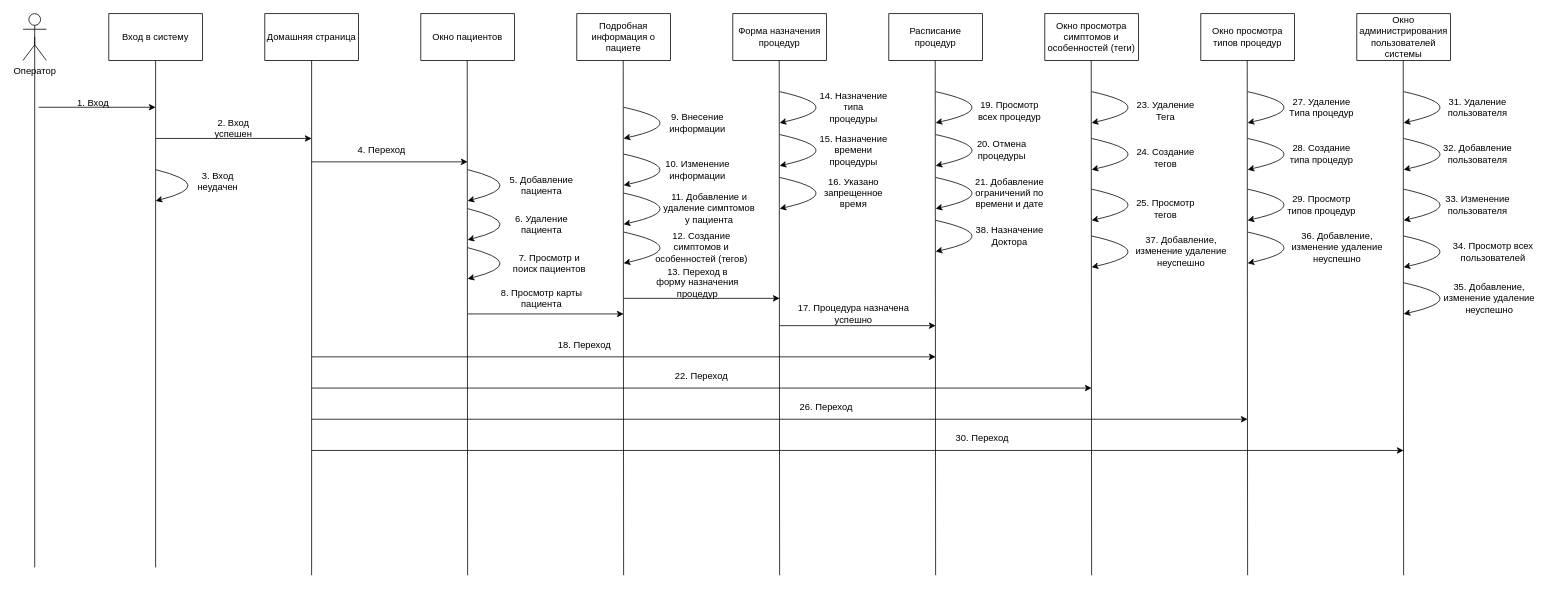
Above: Другие файлы/Последовательность действий.drawio in Sadaly/Cosmetics_GraduateWork (draw.io), before the change. Source tidied: cells renumbered, new cells numbered last; positions are measured from the earlier drawing's top-left corner, leaving out a move shared by most shapes. Both pictures are drawn from the tidied source at 78%, with x=0, y=0 at pixel (23, 13).
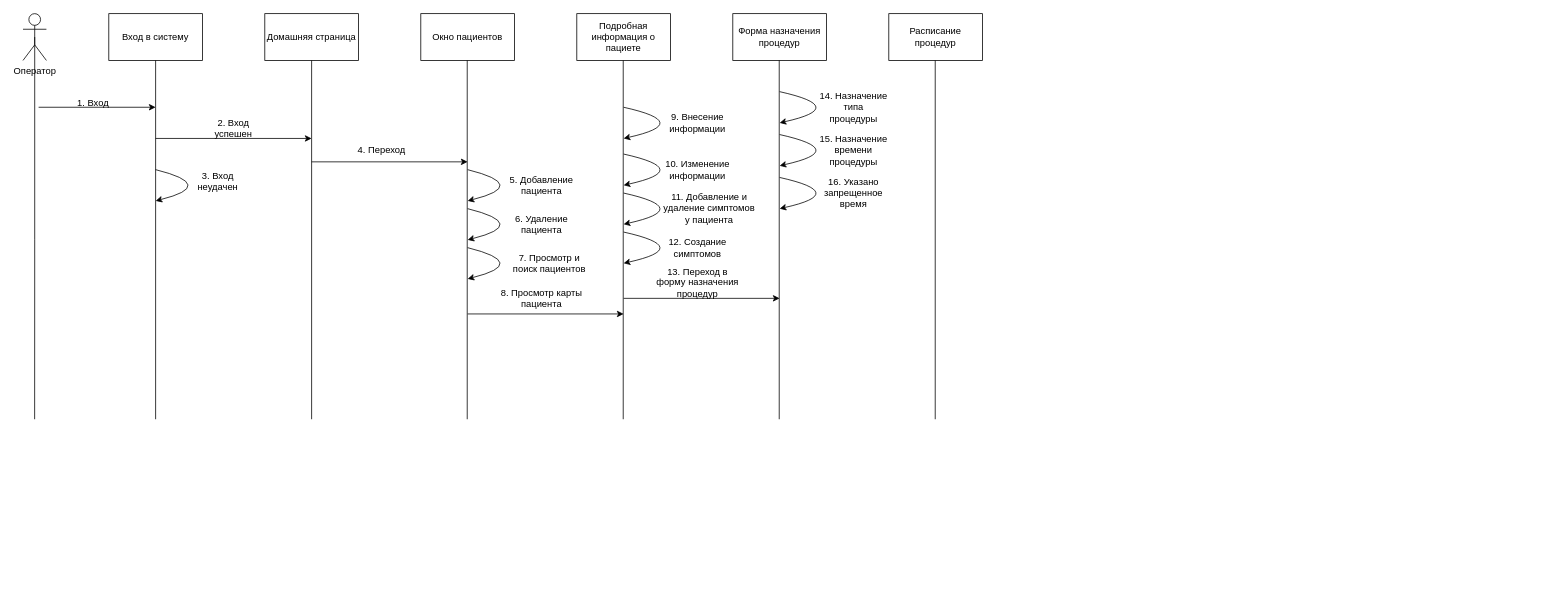
The same page after the edit.

Unchanged cells that the change refers to:
```xml
<mxCell id="2" value="Вход в систему" style="rounded=0;whiteSpace=wrap;html=1;" parent="1" vertex="1">
  <mxGeometry x="110" width="120" height="60" as="geometry" />
</mxCell>
<mxCell id="4" value="Оператор" style="shape=umlActor;verticalLabelPosition=bottom;verticalAlign=top;html=1;outlineConnect=0;" parent="1" vertex="1">
  <mxGeometry width="30" height="60" as="geometry" />
</mxCell>
<mxCell id="5" value="Домашняя страница" style="rounded=0;whiteSpace=wrap;html=1;" parent="1" vertex="1">
  <mxGeometry x="310" width="120" height="60" as="geometry" />
</mxCell>
```

The edit, as a diff of the source:
```diff
@@
     <mxCell id="3" style="edgeStyle=orthogonalEdgeStyle;rounded=0;jettySize=auto;html=1;exitX=0.5;exitY=0.5;exitDx=0;exitDy=0;exitPerimeter=0;endArrow=none;endFill=0;" parent="1" edge="1" source="4">
       <mxGeometry relative="1" as="geometry">
-        <mxPoint x="15" y="710" as="targetPoint" />
+        <mxPoint x="14.9" y="520" as="targetPoint" />
       </mxGeometry>
     </mxCell>
@@
     <mxCell id="8" style="endArrow=none;html=1;rounded=0;" parent="1" edge="1" target="2">
       <mxGeometry relative="1" as="geometry">
-        <mxPoint x="170" y="710" as="sourcePoint" />
+        <mxPoint x="170" y="520" as="sourcePoint" />
       </mxGeometry>
     </mxCell>
     <mxCell id="9" style="endArrow=none;html=1;rounded=0;" parent="1" edge="1" target="5">
       <mxGeometry relative="1" as="geometry">
-        <mxPoint x="370" y="720" as="sourcePoint" />
+        <mxPoint x="370" y="520" as="sourcePoint" />
       </mxGeometry>
     </mxCell>
     <mxCell id="10" style="endArrow=none;html=1;rounded=0;" parent="1" edge="1">
       <mxGeometry relative="1" as="geometry">
-        <mxPoint x="770" y="720" as="sourcePoint" />
+        <mxPoint x="769.5" y="520" as="sourcePoint" />
         <mxPoint x="769.5" y="60" as="targetPoint" />
       </mxGeometry>
     </mxCell>
     <mxCell id="11" style="endArrow=none;html=1;rounded=0;" parent="1" edge="1">
       <mxGeometry relative="1" as="geometry">
-        <mxPoint x="570" y="720" as="sourcePoint" />
+        <mxPoint x="569.5" y="520" as="sourcePoint" />
         <mxPoint x="569.5" y="60" as="targetPoint" />
       </mxGeometry>
     </mxCell>
@@
     <mxCell id="35" style="endArrow=none;html=1;rounded=0;" parent="1" edge="1">
       <mxGeometry relative="1" as="geometry">
-        <mxPoint x="970" y="720" as="sourcePoint" />
+        <mxPoint x="969.5" y="520" as="sourcePoint" />
         <mxPoint x="969.5" y="60" as="targetPoint" />
       </mxGeometry>
     </mxCell>
-    <mxCell id="36" value="12. Создание симптомов и особенностей (тегов)" style="text;html=1;align=center;verticalAlign=middle;whiteSpace=wrap;rounded=0;" parent="1" vertex="1">
-      <mxGeometry x="800" y="285" width="140" height="30" as="geometry" />
+    <mxCell id="36" value="12. Создание симптомов" style="text;html=1;align=center;verticalAlign=middle;whiteSpace=wrap;rounded=0;" parent="1" vertex="1">
+      <mxGeometry x="820" y="285" width="90" height="30" as="geometry" />
     </mxCell>
@@
     <mxCell id="47" style="endArrow=none;html=1;rounded=0;" parent="1" edge="1">
       <mxGeometry relative="1" as="geometry">
-        <mxPoint x="1170" y="720" as="sourcePoint" />
+        <mxPoint x="1169.5" y="520" as="sourcePoint" />
         <mxPoint x="1169.5" y="60" as="targetPoint" />
       </mxGeometry>
     </mxCell>
-    <mxCell id="48" style="endArrow=classic;html=1;rounded=0;" parent="1" edge="1">
-      <mxGeometry relative="1" as="geometry">
-        <mxPoint x="370" y="440" as="sourcePoint" />
-        <mxPoint x="1170" y="440" as="targetPoint" />
-      </mxGeometry>
-    </mxCell>
-    <mxCell id="49" value="18. Переход" style="text;html=1;align=center;verticalAlign=middle;whiteSpace=wrap;rounded=0;" parent="1" vertex="1">
-      <mxGeometry x="680" y="410" width="80" height="30" as="geometry" />
-    </mxCell>
-    <mxCell id="50" style="endArrow=classic;html=1;rounded=0;" parent="1" edge="1">
-      <mxGeometry relative="1" as="geometry">
-        <mxPoint x="970" y="400" as="sourcePoint" />
-        <mxPoint x="1170" y="400" as="targetPoint" />
-      </mxGeometry>
-    </mxCell>
-    <mxCell id="51" value="17. Процедура назначена успешно" style="text;html=1;align=center;verticalAlign=middle;whiteSpace=wrap;rounded=0;" parent="1" vertex="1">
-      <mxGeometry x="990" y="370" width="150" height="30" as="geometry" />
-    </mxCell>
-    <mxCell id="52" value="19. Просмотр всех процедур" style="text;html=1;align=center;verticalAlign=middle;whiteSpace=wrap;rounded=0;" parent="1" vertex="1">
-      <mxGeometry x="1220" y="110" width="90" height="30" as="geometry" />
-    </mxCell>
-    <mxCell id="53" style="endArrow=none;html=1;rounded=0;curved=1;startArrow=classic;startFill=1;endFill=0;" parent="1" edge="1">
-      <mxGeometry relative="1" as="geometry">
-        <mxPoint x="1170" y="140" as="sourcePoint" />
-        <mxPoint x="1170" y="100" as="targetPoint" />
-        <Array as="points">
-          <mxPoint x="1260" y="120" />
-        </Array>
-      </mxGeometry>
-    </mxCell>
-    <mxCell id="54" value="20. Отмена процедуры" style="text;html=1;align=center;verticalAlign=middle;whiteSpace=wrap;rounded=0;" parent="1" vertex="1">
-      <mxGeometry x="1210" y="160" width="90" height="30" as="geometry" />
-    </mxCell>
-    <mxCell id="55" style="endArrow=none;html=1;rounded=0;curved=1;startArrow=classic;startFill=1;endFill=0;" parent="1" edge="1">
-      <mxGeometry relative="1" as="geometry">
-        <mxPoint x="1170" y="195" as="sourcePoint" />
-        <mxPoint x="1170" y="155" as="targetPoint" />
-        <Array as="points">
-          <mxPoint x="1260" y="175" />
-        </Array>
-      </mxGeometry>
-    </mxCell>
-    <mxCell id="56" value="21. Добавление ограничений по времени и дате" style="text;html=1;align=center;verticalAlign=middle;whiteSpace=wrap;rounded=0;" parent="1" vertex="1">
-      <mxGeometry x="1220" y="215" width="90" height="30" as="geometry" />
-    </mxCell>
-    <mxCell id="57" style="endArrow=none;html=1;rounded=0;curved=1;startArrow=classic;startFill=1;endFill=0;" parent="1" edge="1">
-      <mxGeometry relative="1" as="geometry">
-        <mxPoint x="1170" y="250" as="sourcePoint" />
-        <mxPoint x="1170" y="210" as="targetPoint" />
-        <Array as="points">
-          <mxPoint x="1260" y="230" />
-        </Array>
-      </mxGeometry>
-    </mxCell>
-    <mxCell id="58" value="Окно просмотра симптомов и особенностей (теги)" style="rounded=0;whiteSpace=wrap;html=1;" parent="1" vertex="1">
-      <mxGeometry x="1310" width="120" height="60" as="geometry" />
-    </mxCell>
-    <mxCell id="59" style="endArrow=none;html=1;rounded=0;" parent="1" edge="1">
-      <mxGeometry relative="1" as="geometry">
-        <mxPoint x="1370" y="720" as="sourcePoint" />
-        <mxPoint x="1369.5" y="60" as="targetPoint" />
-      </mxGeometry>
-    </mxCell>
-    <mxCell id="60" style="endArrow=classic;html=1;rounded=0;" parent="1" edge="1">
-      <mxGeometry relative="1" as="geometry">
-        <mxPoint x="370" y="480" as="sourcePoint" />
-        <mxPoint x="1370" y="480" as="targetPoint" />
-      </mxGeometry>
-    </mxCell>
-    <mxCell id="61" value="22. Переход" style="text;html=1;align=center;verticalAlign=middle;whiteSpace=wrap;rounded=0;" parent="1" vertex="1">
-      <mxGeometry x="830" y="450" width="80" height="30" as="geometry" />
-    </mxCell>
-    <mxCell id="62" value="Окно просмотра типов процедур" style="rounded=0;whiteSpace=wrap;html=1;" parent="1" vertex="1">
-      <mxGeometry x="1510" width="120" height="60" as="geometry" />
-    </mxCell>
-    <mxCell id="63" style="endArrow=none;html=1;rounded=0;" parent="1" edge="1">
-      <mxGeometry relative="1" as="geometry">
-        <mxPoint x="1570" y="720" as="sourcePoint" />
-        <mxPoint x="1569.5" y="60" as="targetPoint" />
-      </mxGeometry>
-    </mxCell>
-    <mxCell id="64" style="endArrow=none;html=1;rounded=0;curved=1;startArrow=classic;startFill=1;endFill=0;" parent="1" edge="1">
-      <mxGeometry relative="1" as="geometry">
-        <mxPoint x="1570" y="140" as="sourcePoint" />
-        <mxPoint x="1570" y="100" as="targetPoint" />
-        <Array as="points">
-          <mxPoint x="1660" y="120" />
-        </Array>
-      </mxGeometry>
-    </mxCell>
-    <mxCell id="65" style="endArrow=none;html=1;rounded=0;curved=1;startArrow=classic;startFill=1;endFill=0;" parent="1" edge="1">
-      <mxGeometry relative="1" as="geometry">
-        <mxPoint x="1570" y="200" as="sourcePoint" />
-        <mxPoint x="1570" y="160" as="targetPoint" />
-        <Array as="points">
-          <mxPoint x="1660" y="180" />
-        </Array>
-      </mxGeometry>
-    </mxCell>
-    <mxCell id="66" style="endArrow=none;html=1;rounded=0;curved=1;startArrow=classic;startFill=1;endFill=0;" parent="1" edge="1">
-      <mxGeometry relative="1" as="geometry">
-        <mxPoint x="1570" y="265" as="sourcePoint" />
-        <mxPoint x="1570" y="225" as="targetPoint" />
-        <Array as="points">
-          <mxPoint x="1660" y="245" />
-        </Array>
-      </mxGeometry>
-    </mxCell>
-    <mxCell id="67" style="endArrow=classic;html=1;rounded=0;" parent="1" edge="1">
-      <mxGeometry relative="1" as="geometry">
-        <mxPoint x="370" y="520" as="sourcePoint" />
-        <mxPoint x="1570" y="520" as="targetPoint" />
-      </mxGeometry>
-    </mxCell>
-    <mxCell id="68" value="26. Переход" style="text;html=1;align=center;verticalAlign=middle;whiteSpace=wrap;rounded=0;" parent="1" vertex="1">
-      <mxGeometry x="990" y="490" width="80" height="30" as="geometry" />
-    </mxCell>
-    <mxCell id="69" value="23. Удаление Тега" style="text;html=1;align=center;verticalAlign=middle;whiteSpace=wrap;rounded=0;" parent="1" vertex="1">
-      <mxGeometry x="1420" y="110" width="90" height="30" as="geometry" />
-    </mxCell>
-    <mxCell id="70" style="endArrow=none;html=1;rounded=0;curved=1;startArrow=classic;startFill=1;endFill=0;" parent="1" edge="1">
-      <mxGeometry relative="1" as="geometry">
-        <mxPoint x="1370" y="140" as="sourcePoint" />
-        <mxPoint x="1370" y="100" as="targetPoint" />
-        <Array as="points">
-          <mxPoint x="1460" y="120" />
-        </Array>
-      </mxGeometry>
-    </mxCell>
-    <mxCell id="71" value="24. Создание тегов" style="text;html=1;align=center;verticalAlign=middle;whiteSpace=wrap;rounded=0;" parent="1" vertex="1">
-      <mxGeometry x="1420" y="170" width="90" height="30" as="geometry" />
-    </mxCell>
-    <mxCell id="72" style="endArrow=none;html=1;rounded=0;curved=1;startArrow=classic;startFill=1;endFill=0;" parent="1" edge="1">
-      <mxGeometry relative="1" as="geometry">
-        <mxPoint x="1370" y="200" as="sourcePoint" />
-        <mxPoint x="1370" y="160" as="targetPoint" />
-        <Array as="points">
-          <mxPoint x="1460" y="180" />
-        </Array>
-      </mxGeometry>
-    </mxCell>
-    <mxCell id="73" value="25. Просмотр тегов" style="text;html=1;align=center;verticalAlign=middle;whiteSpace=wrap;rounded=0;" parent="1" vertex="1">
-      <mxGeometry x="1420" y="235" width="90" height="30" as="geometry" />
-    </mxCell>
-    <mxCell id="74" style="endArrow=none;html=1;rounded=0;curved=1;startArrow=classic;startFill=1;endFill=0;" parent="1" edge="1">
-      <mxGeometry relative="1" as="geometry">
-        <mxPoint x="1370" y="265" as="sourcePoint" />
-        <mxPoint x="1370" y="225" as="targetPoint" />
-        <Array as="points">
-          <mxPoint x="1460" y="245" />
-        </Array>
-      </mxGeometry>
-    </mxCell>
-    <mxCell id="75" value="27. Удаление Типа процедур" style="text;html=1;align=center;verticalAlign=middle;whiteSpace=wrap;rounded=0;" parent="1" vertex="1">
-      <mxGeometry x="1620" y="105" width="90" height="30" as="geometry" />
-    </mxCell>
-    <mxCell id="76" value="28. Создание типа процедур" style="text;html=1;align=center;verticalAlign=middle;whiteSpace=wrap;rounded=0;" parent="1" vertex="1">
-      <mxGeometry x="1620" y="165" width="90" height="30" as="geometry" />
-    </mxCell>
-    <mxCell id="77" value="29. Просмотр типов процедур" style="text;html=1;align=center;verticalAlign=middle;whiteSpace=wrap;rounded=0;" parent="1" vertex="1">
-      <mxGeometry x="1620" y="230" width="90" height="30" as="geometry" />
-    </mxCell>
-    <mxCell id="78" value="Окно администрирования пользователей системы" style="rounded=0;whiteSpace=wrap;html=1;" parent="1" vertex="1">
-      <mxGeometry x="1710" width="120" height="60" as="geometry" />
-    </mxCell>
-    <mxCell id="79" style="endArrow=none;html=1;rounded=0;" parent="1" edge="1">
-      <mxGeometry relative="1" as="geometry">
-        <mxPoint x="1770" y="720" as="sourcePoint" />
-        <mxPoint x="1769.5" y="60" as="targetPoint" />
-      </mxGeometry>
-    </mxCell>
-    <mxCell id="80" style="endArrow=classic;html=1;rounded=0;" parent="1" edge="1">
-      <mxGeometry relative="1" as="geometry">
-        <mxPoint x="370" y="560" as="sourcePoint" />
-        <mxPoint x="1770" y="560" as="targetPoint" />
-      </mxGeometry>
-    </mxCell>
-    <mxCell id="81" value="30. Переход" style="text;html=1;align=center;verticalAlign=middle;whiteSpace=wrap;rounded=0;" parent="1" vertex="1">
-      <mxGeometry x="1190" y="530" width="80" height="30" as="geometry" />
-    </mxCell>
-    <mxCell id="82" style="endArrow=none;html=1;rounded=0;curved=1;startArrow=classic;startFill=1;endFill=0;" parent="1" edge="1">
-      <mxGeometry relative="1" as="geometry">
-        <mxPoint x="1770" y="140" as="sourcePoint" />
-        <mxPoint x="1770" y="100" as="targetPoint" />
-        <Array as="points">
-          <mxPoint x="1860" y="120" />
-        </Array>
-      </mxGeometry>
-    </mxCell>
-    <mxCell id="83" value="31. Удаление пользователя" style="text;html=1;align=center;verticalAlign=middle;whiteSpace=wrap;rounded=0;" parent="1" vertex="1">
-      <mxGeometry x="1820" y="105" width="90" height="30" as="geometry" />
-    </mxCell>
-    <mxCell id="84" style="endArrow=none;html=1;rounded=0;curved=1;startArrow=classic;startFill=1;endFill=0;" parent="1" edge="1">
-      <mxGeometry relative="1" as="geometry">
-        <mxPoint x="1770" y="200" as="sourcePoint" />
-        <mxPoint x="1770" y="160" as="targetPoint" />
-        <Array as="points">
-          <mxPoint x="1860" y="180" />
-        </Array>
-      </mxGeometry>
-    </mxCell>
-    <mxCell id="85" value="32. Добавление пользователя" style="text;html=1;align=center;verticalAlign=middle;whiteSpace=wrap;rounded=0;" parent="1" vertex="1">
-      <mxGeometry x="1820" y="165" width="90" height="30" as="geometry" />
-    </mxCell>
-    <mxCell id="86" style="endArrow=none;html=1;rounded=0;curved=1;startArrow=classic;startFill=1;endFill=0;" parent="1" edge="1">
-      <mxGeometry relative="1" as="geometry">
-        <mxPoint x="1770" y="265" as="sourcePoint" />
-        <mxPoint x="1770" y="225" as="targetPoint" />
-        <Array as="points">
-          <mxPoint x="1860" y="245" />
-        </Array>
-      </mxGeometry>
-    </mxCell>
-    <mxCell id="87" value="33. Изменение пользователя" style="text;html=1;align=center;verticalAlign=middle;whiteSpace=wrap;rounded=0;" parent="1" vertex="1">
-      <mxGeometry x="1820" y="230" width="90" height="30" as="geometry" />
-    </mxCell>
-    <mxCell id="88" style="endArrow=none;html=1;rounded=0;curved=1;startArrow=classic;startFill=1;endFill=0;" parent="1" edge="1">
-      <mxGeometry relative="1" as="geometry">
-        <mxPoint x="1770" y="325" as="sourcePoint" />
-        <mxPoint x="1770" y="285" as="targetPoint" />
-        <Array as="points">
-          <mxPoint x="1860" y="305" />
-        </Array>
-      </mxGeometry>
-    </mxCell>
-    <mxCell id="89" value="34. Просмотр всех пользователей" style="text;html=1;align=center;verticalAlign=middle;whiteSpace=wrap;rounded=0;" parent="1" vertex="1">
-      <mxGeometry x="1820" y="290" width="130" height="30" as="geometry" />
-    </mxCell>
-    <mxCell id="90" style="endArrow=none;html=1;rounded=0;curved=1;startArrow=classic;startFill=1;endFill=0;" parent="1" edge="1">
-      <mxGeometry relative="1" as="geometry">
-        <mxPoint x="1770" y="385" as="sourcePoint" />
-        <mxPoint x="1770" y="345" as="targetPoint" />
-        <Array as="points">
-          <mxPoint x="1860" y="365" />
-        </Array>
-      </mxGeometry>
-    </mxCell>
-    <mxCell id="91" value="35. Добавление, изменение удаление неуспешно" style="text;html=1;align=center;verticalAlign=middle;whiteSpace=wrap;rounded=0;" parent="1" vertex="1">
-      <mxGeometry x="1820" y="350" width="120" height="30" as="geometry" />
-    </mxCell>
-    <mxCell id="92" style="endArrow=none;html=1;rounded=0;curved=1;startArrow=classic;startFill=1;endFill=0;" parent="1" edge="1">
-      <mxGeometry relative="1" as="geometry">
-        <mxPoint x="1570" y="320" as="sourcePoint" />
-        <mxPoint x="1570" y="280" as="targetPoint" />
-        <Array as="points">
-          <mxPoint x="1660" y="300" />
-        </Array>
-      </mxGeometry>
-    </mxCell>
-    <mxCell id="93" value="36. Добавление, изменение удаление неуспешно" style="text;html=1;align=center;verticalAlign=middle;whiteSpace=wrap;rounded=0;" parent="1" vertex="1">
-      <mxGeometry x="1620" y="285" width="130" height="30" as="geometry" />
-    </mxCell>
-    <mxCell id="94" style="endArrow=none;html=1;rounded=0;curved=1;startArrow=classic;startFill=1;endFill=0;" parent="1" edge="1">
-      <mxGeometry relative="1" as="geometry">
-        <mxPoint x="1370" y="325" as="sourcePoint" />
-        <mxPoint x="1370" y="285" as="targetPoint" />
-        <Array as="points">
-          <mxPoint x="1460" y="305" />
-        </Array>
-      </mxGeometry>
-    </mxCell>
-    <mxCell id="95" value="37. Добавление, изменение удаление неуспешно" style="text;html=1;align=center;verticalAlign=middle;whiteSpace=wrap;rounded=0;" parent="1" vertex="1">
-      <mxGeometry x="1420" y="290" width="130" height="30" as="geometry" />
-    </mxCell>
-    <mxCell id="96" value="38. Назначение Доктора" style="text;html=1;align=center;verticalAlign=middle;whiteSpace=wrap;rounded=0;" parent="1" vertex="1">
-      <mxGeometry x="1220" y="270" width="90" height="30" as="geometry" />
-    </mxCell>
-    <mxCell id="97" style="endArrow=none;html=1;rounded=0;curved=1;startArrow=classic;startFill=1;endFill=0;" parent="1" edge="1">
-      <mxGeometry relative="1" as="geometry">
-        <mxPoint x="1170" y="305" as="sourcePoint" />
-        <mxPoint x="1170" y="265" as="targetPoint" />
-        <Array as="points">
-          <mxPoint x="1260" y="285" />
-        </Array>
-      </mxGeometry>
-    </mxCell>
```
